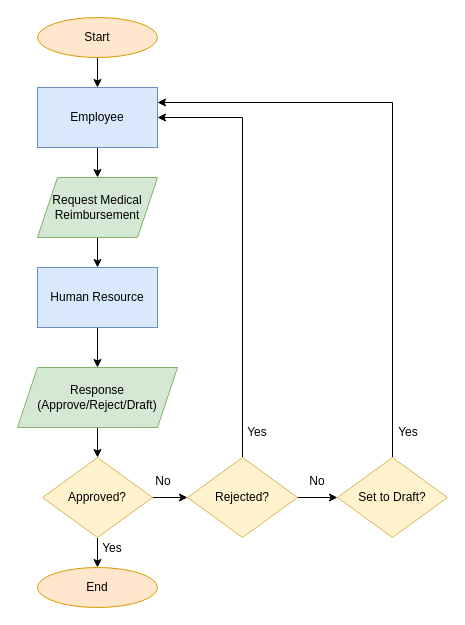
Before: Medical-req.drawio in jezreelkosasih/diagram, a draw.io diagram. Source tidied: cells renumbered, new cells numbered last; positions are measured from the earlier drawing's top-left corner, leaving out a move shared by most shapes. Both pictures are drawn from the tidied source at 100%, with x=0, y=0 at pixel (17, 17).
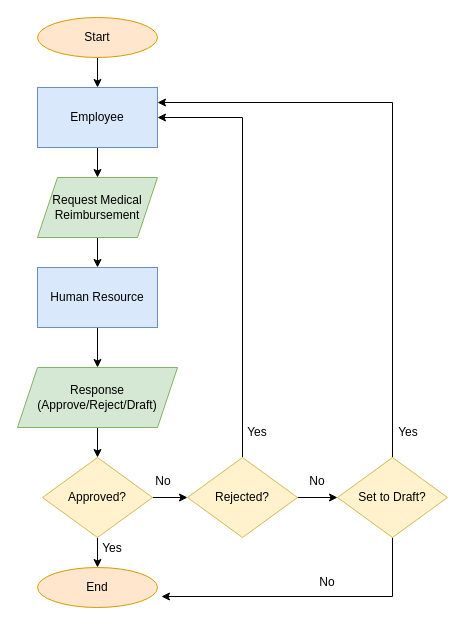
The same page after the edit.

Unchanged cells that the change refers to:
```xml
<mxCell id="16" value="Set to Draft?" style="rhombus;whiteSpace=wrap;html=1;fillColor=#fff2cc;strokeColor=#d6b656;" parent="1" vertex="1">
  <mxGeometry x="320" y="440" width="110" height="80" as="geometry" />
</mxCell>
<mxCell id="20" value="End" style="ellipse;whiteSpace=wrap;html=1;fillColor=#ffe6cc;strokeColor=#d79b00;" parent="1" vertex="1">
  <mxGeometry x="20" y="550" width="120" height="40" as="geometry" />
</mxCell>
```

The edit, as a diff of the source:
```diff
@@
+    <mxCell id="26" style="edgeStyle=orthogonalEdgeStyle;rounded=0;jettySize=auto;html=1;entryX=1.033;entryY=0.725;entryDx=0;entryDy=0;entryPerimeter=0;" parent="1" edge="1" source="16" target="20">
+      <mxGeometry relative="1" as="geometry">
+        <Array as="points">
+          <mxPoint x="375" y="579" />
+        </Array>
+      </mxGeometry>
+    </mxCell>
@@
+    <mxCell id="27" value="No" style="text;html=1;strokeColor=none;fillColor=none;align=center;verticalAlign=middle;whiteSpace=wrap;rounded=0;" parent="1" vertex="1">
+      <mxGeometry x="280" y="550" width="60" height="30" as="geometry" />
+    </mxCell>
```
